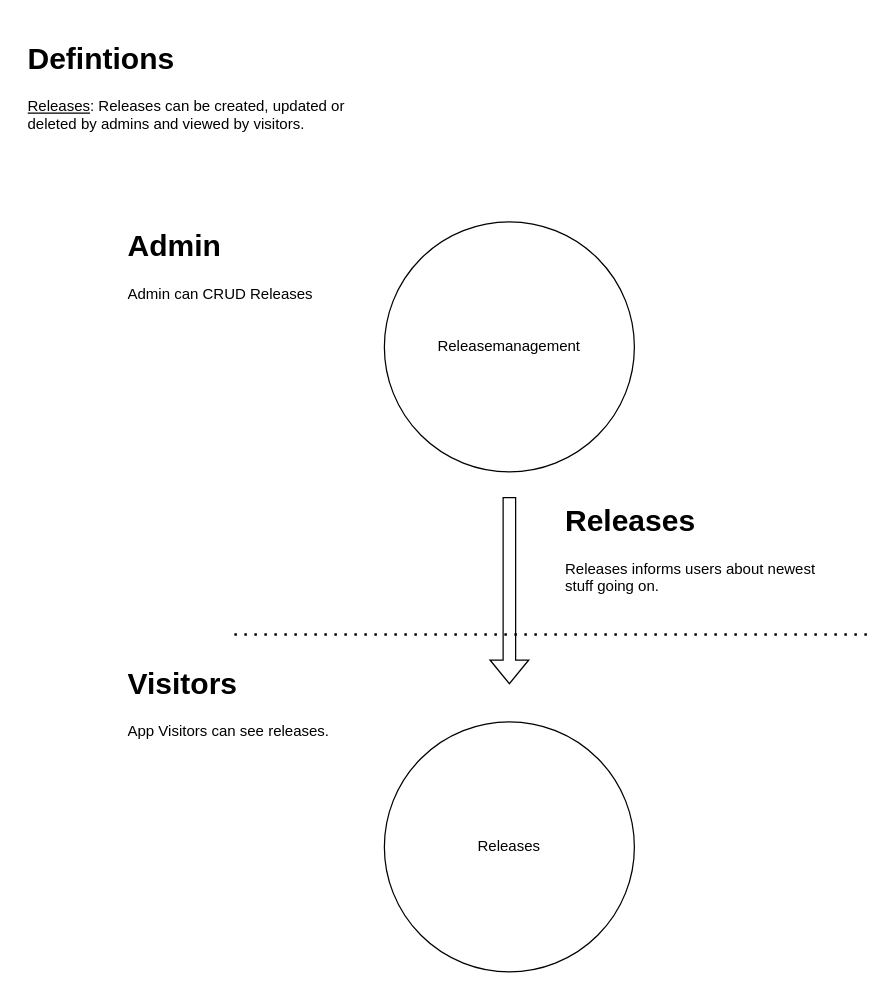
Earlier version of the draw.io diagram page "Feature Overview" (2 of 3) of docs/Features/03 - Releasemanagement.drawio (CarlsonBuma/laravel-quasar-template). Source tidied: cells renumbered, new cells numbered last; positions are measured from the earlier drawing's top-left corner, leaving out a move shared by most shapes. Both pictures are drawn from the tidied source at 125%, with x=0, y=0 at pixel (21, 34).
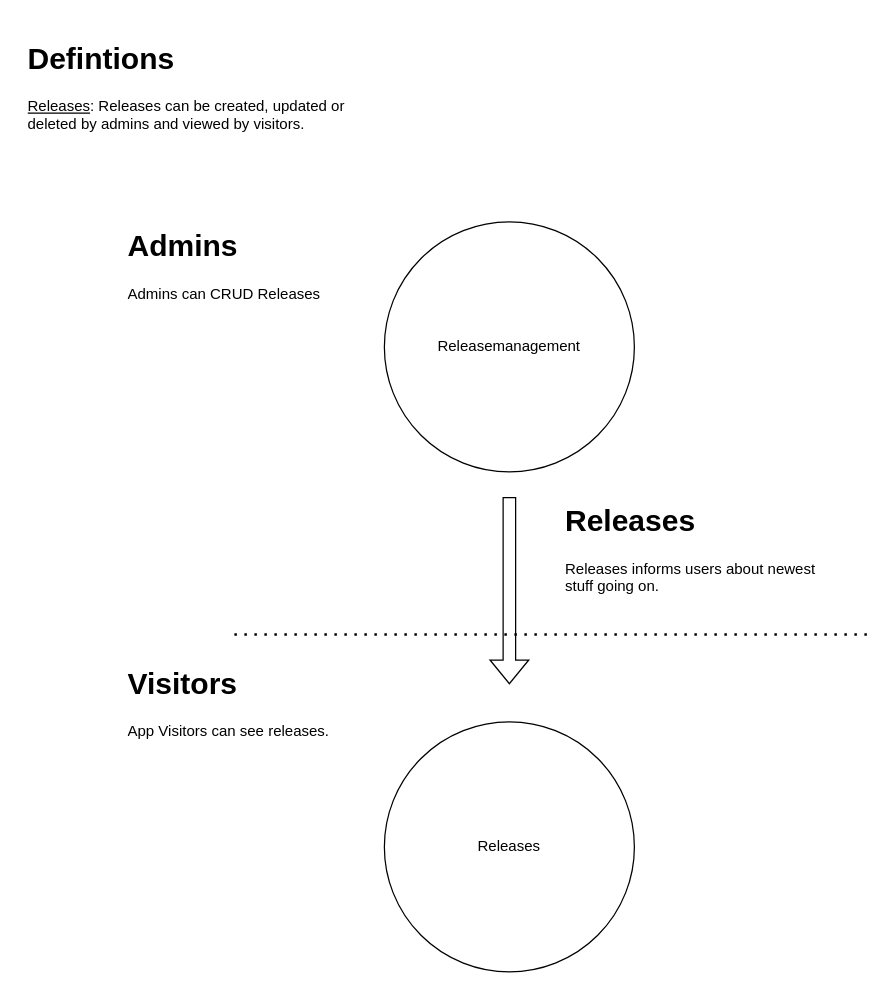
The same page after the edit.

The edit, as a diff of the source:
```diff
@@
 <mxGraphModel>
   <root>
     <mxCell id="0" />
     <mxCell id="1" parent="0" />
     <mxCell id="2" value="Releases" style="ellipse;whiteSpace=wrap;html=1;" parent="1" vertex="1">
       <mxGeometry x="290" y="550" width="200" height="200" as="geometry" />
     </mxCell>
     <mxCell id="3" style="endArrow=none;dashed=1;html=1;dashPattern=1 3;strokeWidth=2;rounded=0;" parent="1" edge="1">
       <mxGeometry relative="1" as="geometry">
         <mxPoint x="170" y="480" as="sourcePoint" />
         <mxPoint x="680" y="480" as="targetPoint" />
       </mxGeometry>
     </mxCell>
     <mxCell id="4" value="Releasemanagement" style="ellipse;whiteSpace=wrap;html=1;" parent="1" vertex="1">
       <mxGeometry x="290" y="150" width="200" height="200" as="geometry" />
     </mxCell>
-    <mxCell id="5" value="&lt;h1&gt;Admin&lt;/h1&gt;&lt;p&gt;Admin can CRUD Releases&amp;nbsp;&lt;/p&gt;" style="text;html=1;strokeColor=none;fillColor=none;spacing=5;spacingTop=-20;whiteSpace=wrap;overflow=hidden;rounded=0;" parent="1" vertex="1">
+    <mxCell id="5" value="&lt;h1&gt;Admins&lt;/h1&gt;&lt;p&gt;Admins can CRUD Releases&amp;nbsp;&lt;/p&gt;" style="text;html=1;strokeColor=none;fillColor=none;spacing=5;spacingTop=-20;whiteSpace=wrap;overflow=hidden;rounded=0;" parent="1" vertex="1">
       <mxGeometry x="80" y="150" width="190" height="120" as="geometry" />
     </mxCell>
     <mxCell id="6" value="&lt;h1&gt;Visitors&lt;/h1&gt;&lt;p&gt;App Visitors can see releases.&lt;/p&gt;" style="text;html=1;strokeColor=none;fillColor=none;spacing=5;spacingTop=-20;whiteSpace=wrap;overflow=hidden;rounded=0;" parent="1" vertex="1">
       <mxGeometry x="80" y="500" width="190" height="120" as="geometry" />
     </mxCell>
     <mxCell id="7" value="&lt;h1&gt;Defintions&lt;/h1&gt;&lt;p&gt;&lt;u&gt;Releases&lt;/u&gt;: Releases can be created, updated or deleted by admins and viewed by visitors.&lt;/p&gt;" style="text;html=1;strokeColor=none;fillColor=none;spacing=5;spacingTop=-20;whiteSpace=wrap;overflow=hidden;rounded=0;" parent="1" vertex="1">
       <mxGeometry width="290" height="130" as="geometry" />
     </mxCell>
     <mxCell id="8" style="shape=flexArrow;endArrow=classic;html=1;rounded=0;" parent="1" edge="1">
       <mxGeometry relative="1" as="geometry">
         <mxPoint x="390" y="370" as="sourcePoint" />
         <mxPoint x="390" y="520" as="targetPoint" />
       </mxGeometry>
     </mxCell>
     <mxCell id="9" value="&lt;h1&gt;Releases&lt;/h1&gt;&lt;p&gt;Releases informs users about newest stuff going on.&lt;/p&gt;" style="text;html=1;strokeColor=none;fillColor=none;spacing=5;spacingTop=-20;whiteSpace=wrap;overflow=hidden;rounded=0;" parent="1" vertex="1">
       <mxGeometry x="430" y="370" width="220" height="100" as="geometry" />
     </mxCell>
   </root>
 </mxGraphModel>
```
